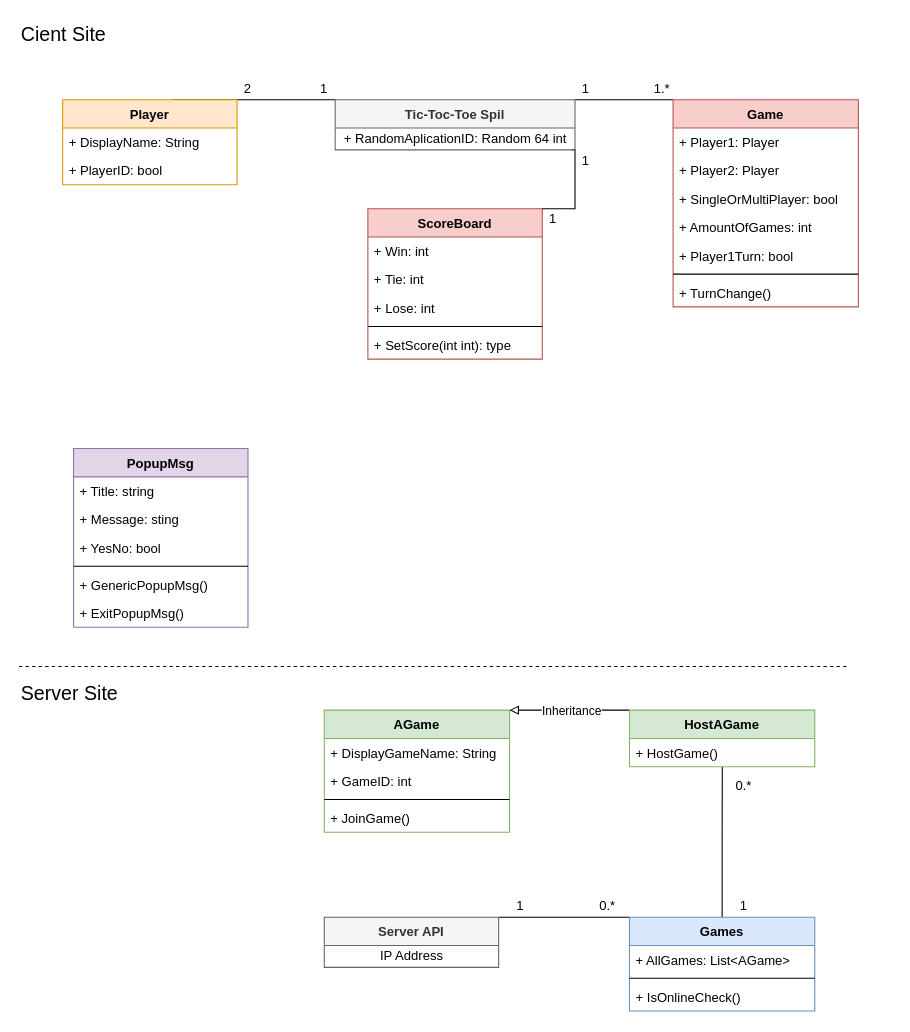
Moonshine42tech/Tic-Tac-Toe keeps this draw.io diagram as Documentation/Diagrams/Class Diagram/Tic-Tac-Toe - Class Diagram.drawio. Above is the earlier version. Source tidied: cells renumbered, new cells numbered last; positions are measured from the earlier drawing's top-left corner, leaving out a move shared by most shapes. Both pictures are drawn from the tidied source at 109%, with x=0, y=0 at pixel (19, 19).
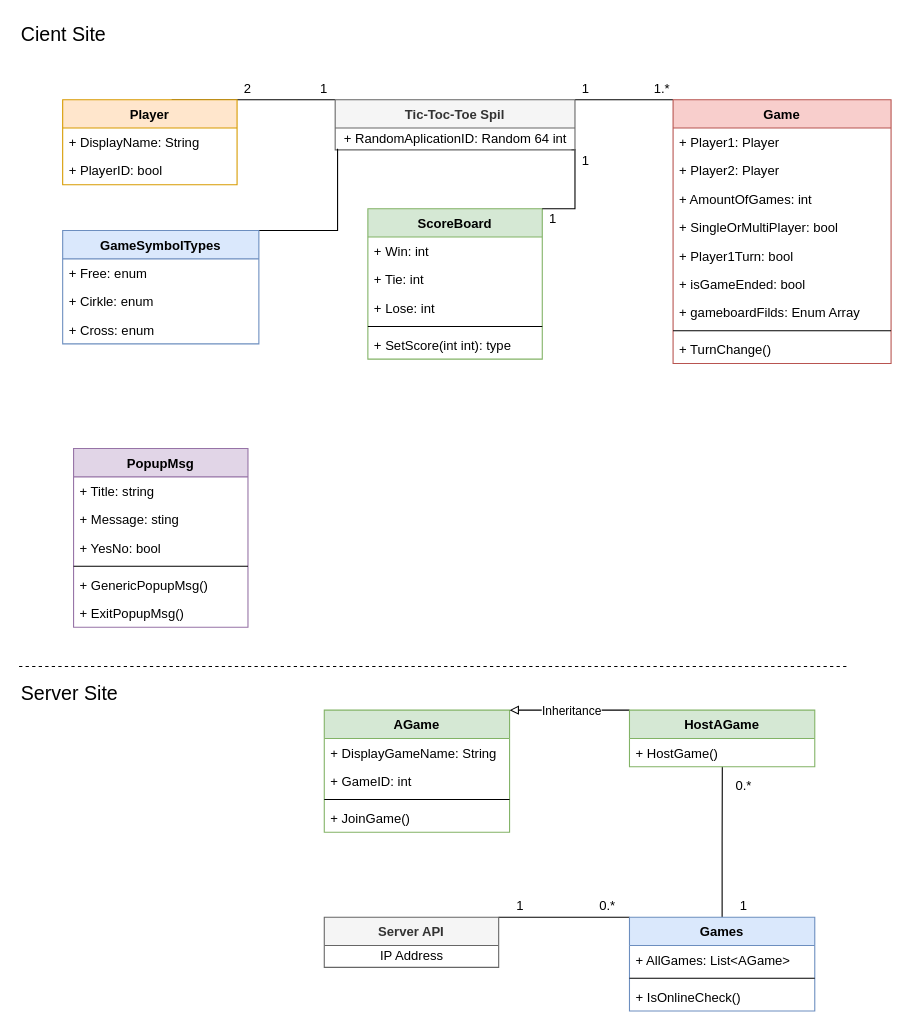
The same diagram, later.

Commit message (it also covers changes not shown here):
Class diagram update

Unchanged cells that the change refers to:
```xml
<mxCell id="24" value="+ RandomAplicationID: Random 64 int" style="text;html=1;align=center;verticalAlign=middle;points=[];" parent="23" vertex="1">
  <mxGeometry y="26" width="220" height="20" as="geometry" />
</mxCell>
```

Diff of the diagram source:
```diff
@@
-    <mxCell id="3" value="ScoreBoard" style="swimlane;fontStyle=1;align=center;verticalAlign=top;horizontal=1;startSize=26;fillColor=#f8cecc;strokeColor=#b85450;" parent="1" vertex="1">
+    <mxCell id="3" value="ScoreBoard" style="swimlane;fontStyle=1;align=center;verticalAlign=top;horizontal=1;startSize=26;fillColor=#d5e8d4;strokeColor=#82b366;" parent="1" vertex="1">
       <mxGeometry x="320" y="174" width="160" height="138" as="geometry" />
     </mxCell>
@@
     <mxCell id="25" value="Game" style="swimlane;fontStyle=1;align=center;verticalAlign=top;horizontal=1;startSize=26;fillColor=#f8cecc;strokeColor=#b85450;" parent="1" vertex="1">
-      <mxGeometry x="600" y="74" width="170" height="190" as="geometry" />
+      <mxGeometry x="600" y="74" width="200" height="242" as="geometry" />
     </mxCell>
     <mxCell id="26" value="+ Player1: Player" style="text;strokeColor=none;fillColor=none;align=left;verticalAlign=top;spacingLeft=4;spacingRight=4;overflow=hidden;" parent="25" vertex="1">
-      <mxGeometry y="26" width="170" height="26" as="geometry" />
+      <mxGeometry y="26" width="200" height="26" as="geometry" />
     </mxCell>
     <mxCell id="27" value="+ Player2: Player" style="text;strokeColor=none;fillColor=none;align=left;verticalAlign=top;spacingLeft=4;spacingRight=4;overflow=hidden;" parent="25" vertex="1">
-      <mxGeometry y="52" width="170" height="26" as="geometry" />
+      <mxGeometry y="52" width="200" height="26" as="geometry" />
     </mxCell>
+    <mxCell id="29" value="+ AmountOfGames: int" style="text;strokeColor=none;fillColor=none;align=left;verticalAlign=top;spacingLeft=4;spacingRight=4;overflow=hidden;" parent="25" vertex="1">
+      <mxGeometry y="78" width="200" height="26" as="geometry" />
+    </mxCell>
     <mxCell id="28" value="+ SingleOrMultiPlayer: bool" style="text;strokeColor=none;fillColor=none;align=left;verticalAlign=top;spacingLeft=4;spacingRight=4;overflow=hidden;" parent="25" vertex="1">
-      <mxGeometry y="78" width="170" height="26" as="geometry" />
+      <mxGeometry y="104" width="200" height="26" as="geometry" />
     </mxCell>
-    <mxCell id="29" value="+ AmountOfGames: int" style="text;strokeColor=none;fillColor=none;align=left;verticalAlign=top;spacingLeft=4;spacingRight=4;overflow=hidden;" parent="25" vertex="1">
-      <mxGeometry y="104" width="170" height="26" as="geometry" />
-    </mxCell>
     <mxCell id="30" value="+ Player1Turn: bool" style="text;strokeColor=none;fillColor=none;align=left;verticalAlign=top;spacingLeft=4;spacingRight=4;overflow=hidden;" parent="25" vertex="1">
-      <mxGeometry y="130" width="170" height="26" as="geometry" />
+      <mxGeometry y="130" width="200" height="26" as="geometry" />
     </mxCell>
+    <mxCell id="62" value="+ isGameEnded: bool" style="text;strokeColor=none;fillColor=none;align=left;verticalAlign=top;spacingLeft=4;spacingRight=4;overflow=hidden;" parent="25" vertex="1">
+      <mxGeometry y="156" width="200" height="26" as="geometry" />
+    </mxCell>
+    <mxCell id="63" value="+ gameboardFilds: Enum Array" style="text;strokeColor=none;fillColor=none;align=left;verticalAlign=top;spacingLeft=4;spacingRight=4;overflow=hidden;" parent="25" vertex="1">
+      <mxGeometry y="182" width="200" height="26" as="geometry" />
+    </mxCell>
     <mxCell id="31" style="line;strokeWidth=1;fillColor=none;align=left;verticalAlign=middle;spacingTop=-1;spacingLeft=3;spacingRight=3;labelPosition=right;" parent="25" vertex="1">
-      <mxGeometry y="156" width="170" height="8" as="geometry" />
+      <mxGeometry y="208" width="200" height="8" as="geometry" />
     </mxCell>
     <mxCell id="32" value="+ TurnChange()" style="text;strokeColor=none;fillColor=none;align=left;verticalAlign=top;spacingLeft=4;spacingRight=4;overflow=hidden;" parent="25" vertex="1">
-      <mxGeometry y="164" width="170" height="26" as="geometry" />
+      <mxGeometry y="216" width="200" height="26" as="geometry" />
     </mxCell>
+    <mxCell id="64" style="edgeStyle=orthogonalEdgeStyle;rounded=0;jettySize=auto;html=1;exitX=1;exitY=0;exitDx=0;exitDy=0;entryX=0.01;entryY=0.95;entryDx=0;entryDy=0;entryPerimeter=0;endArrow=none;endFill=0;" parent="1" edge="1" source="65" target="24">
+      <mxGeometry relative="1" as="geometry">
+        <Array as="points">
+          <mxPoint x="292" y="194" />
+        </Array>
+      </mxGeometry>
+    </mxCell>
+    <mxCell id="65" value="GameSymbolTypes" style="swimlane;fontStyle=1;align=center;verticalAlign=top;horizontal=1;startSize=26;fillColor=#dae8fc;strokeColor=#6c8ebf;" parent="1" vertex="1">
+      <mxGeometry x="40" y="194" width="180" height="104" as="geometry" />
+    </mxCell>
+    <mxCell id="66" value="+ Free: enum" style="text;strokeColor=none;fillColor=none;align=left;verticalAlign=top;spacingLeft=4;spacingRight=4;overflow=hidden;" parent="65" vertex="1">
+      <mxGeometry y="26" width="180" height="26" as="geometry" />
+    </mxCell>
+    <mxCell id="67" value="+ Cirkle: enum" style="text;strokeColor=none;fillColor=none;align=left;verticalAlign=top;spacingLeft=4;spacingRight=4;overflow=hidden;" parent="65" vertex="1">
+      <mxGeometry y="52" width="180" height="26" as="geometry" />
+    </mxCell>
+    <mxCell id="68" value="+ Cross: enum" style="text;strokeColor=none;fillColor=none;align=left;verticalAlign=top;spacingLeft=4;spacingRight=4;overflow=hidden;" parent="65" vertex="1">
+      <mxGeometry y="78" width="180" height="26" as="geometry" />
+    </mxCell>
```
